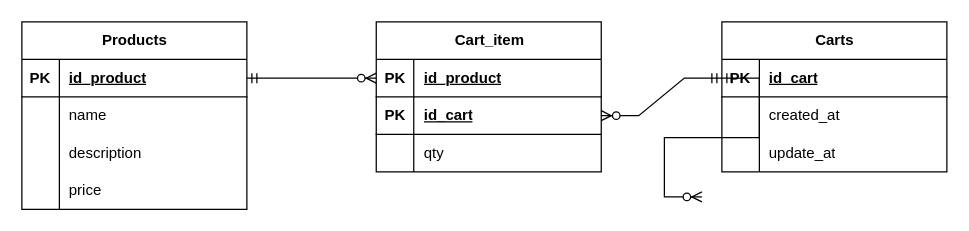
Nahuel7978/SellerBot keeps this draw.io diagram as page "DB" (2 of 4) of Design diagram.drawio. Above is the earlier version. Source tidied: cells renumbered, new cells numbered last; positions are measured from the earlier drawing's top-left corner, leaving out a move shared by most shapes. Both pictures are drawn from the tidied source at 125%, with x=0, y=0 at pixel (21, 21).
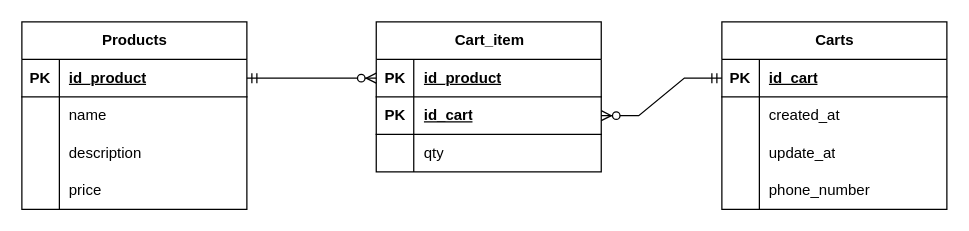
The same diagram, later.

Unchanged cells that the change refers to:
```xml
<mxCell id="16" style="shape=tableRow;horizontal=0;startSize=0;swimlaneHead=0;swimlaneBody=0;fillColor=none;points=[[0,0.5],[1,0.5]];portConstraint=eastwest;top=0;left=0;right=0;bottom=1;" parent="15" vertex="1">
  <mxGeometry y="30" width="180" height="30" as="geometry" />
</mxCell>
```

Diff of the diagram source:
```diff
@@
     <mxCell id="15" value="Carts" style="shape=table;startSize=30;childLayout=tableLayout;rowLines=0;fontStyle=1;align=center;html=1;" parent="1" vertex="1">
-      <mxGeometry x="560" width="180" height="120" as="geometry" />
+      <mxGeometry x="560" width="180" height="150" as="geometry" />
     </mxCell>
@@
+    <mxCell id="38" style="shape=tableRow;horizontal=0;startSize=0;swimlaneHead=0;swimlaneBody=0;fillColor=none;top=0;left=0;right=0;bottom=0;" parent="15" vertex="1">
+      <mxGeometry y="120" width="180" height="30" as="geometry" />
+    </mxCell>
+    <mxCell id="39" style="shape=partialRectangle;fillColor=none;top=0;left=0;bottom=0;right=0;overflow=hidden;whiteSpace=wrap;html=1;" parent="38" vertex="1">
+      <mxGeometry width="30" height="30" as="geometry" />
+    </mxCell>
+    <mxCell id="40" value="phone_number" style="shape=partialRectangle;fillColor=none;top=0;left=0;bottom=0;right=0;align=left;spacingLeft=6;overflow=hidden;whiteSpace=wrap;html=1;" parent="38" vertex="1">
+      <mxGeometry x="30" width="150" height="30" as="geometry" />
+    </mxCell>
@@
-    <mxCell id="36" style="edgeStyle=entityRelationEdgeStyle;fontSize=12;html=1;endArrow=ERzeroToMany;startArrow=ERmandOne;rounded=0;entryX=1;entryY=0.5;entryDx=0;entryDy=0;exitX=0;exitY=0.5;exitDx=0;exitDy=0;" parent="1" edge="1" source="16">
-      <mxGeometry relative="1" as="geometry">
-        <mxPoint x="544" y="140" as="targetPoint" />
-      </mxGeometry>
-    </mxCell>
```
